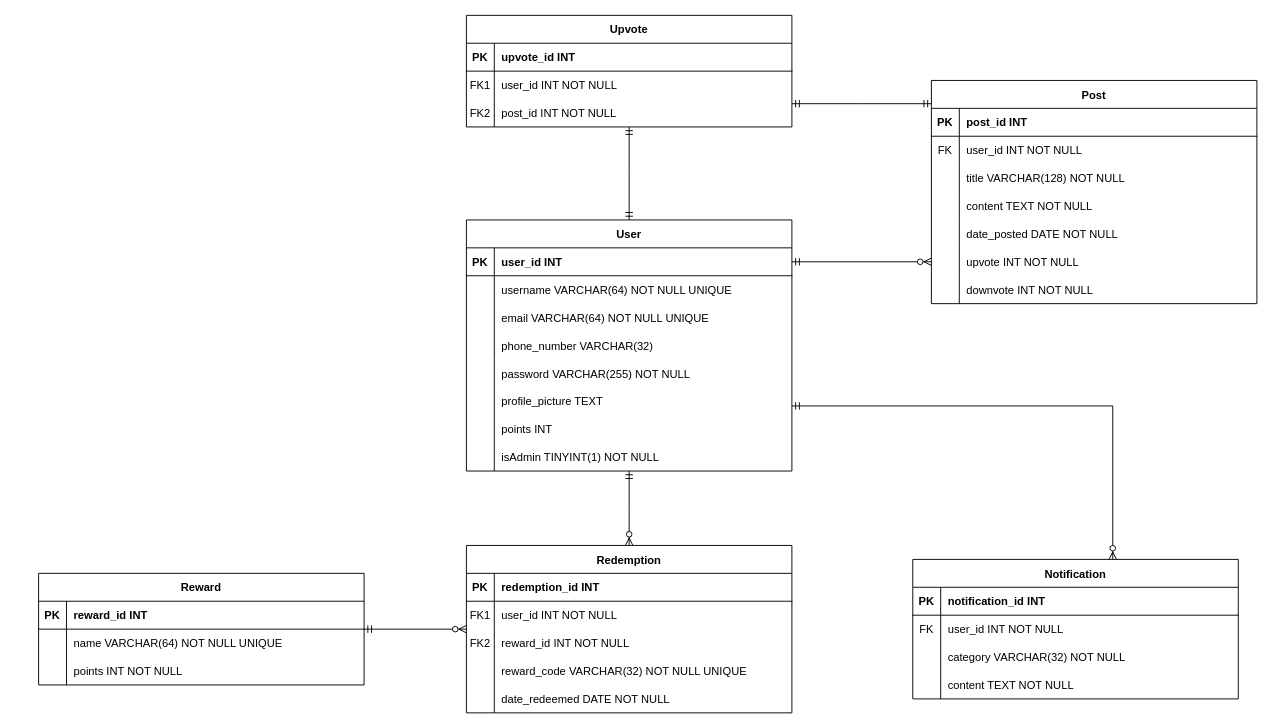
This is erd.drawio from ChiefWoods/sustainable-earth-foundation, a draw.io file, before an edit. Source tidied: cells renumbered, new cells numbered last; positions are measured from the earlier drawing's top-left corner, leaving out a move shared by most shapes. Both pictures are drawn from the tidied source at 93%, with x=0, y=0 at pixel (38, 15).
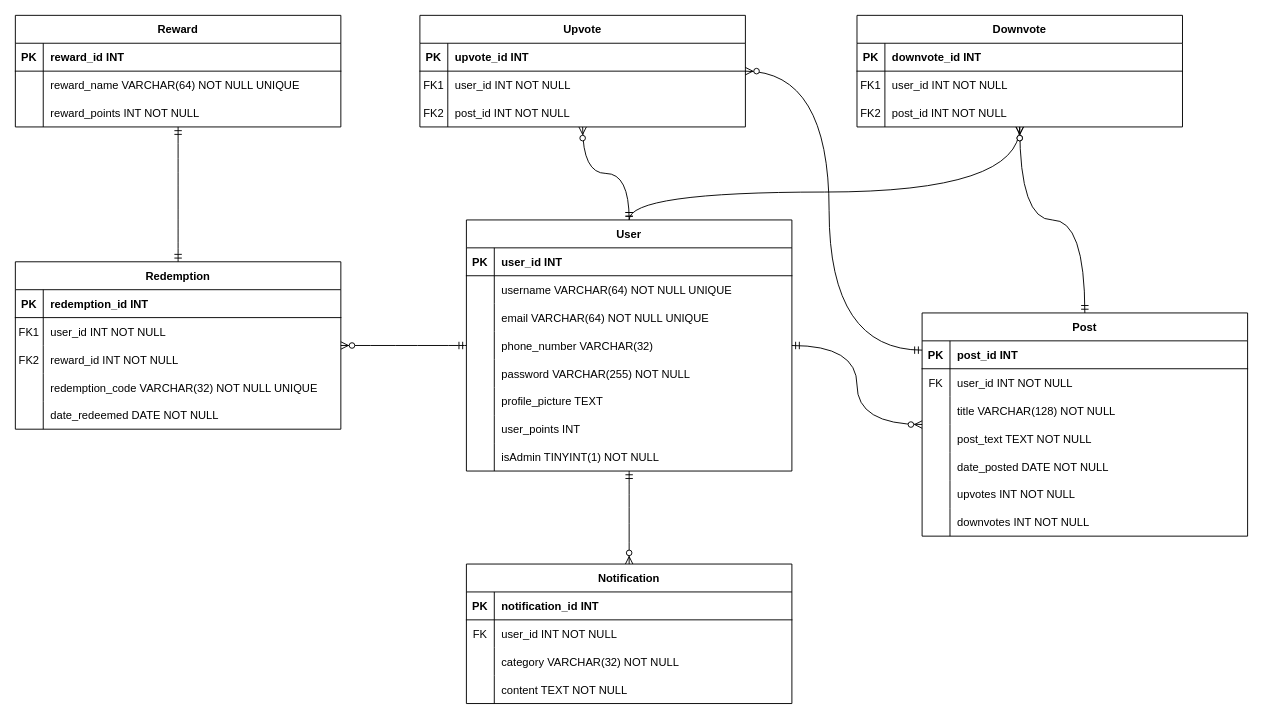
After the change.

The change refers to these unchanged cells:
```xml
<mxCell id="2" value="User" style="shape=table;startSize=30;childLayout=tableLayout;rowLines=0;fontStyle=1;align=center;" parent="1" vertex="1">
  <mxGeometry x="460" y="220" width="350" height="270" as="geometry" />
</mxCell>
<mxCell id="21" style="shape=partialRectangle;fillColor=none;top=0;left=0;right=0;bottom=0;" parent="2" vertex="1">
  <mxGeometry y="210" width="350" height="30" as="geometry" />
</mxCell>
<mxCell id="37" style="shape=partialRectangle;fillColor=none;top=0;left=0;right=0;bottom=0;" parent="27" vertex="1">
  <mxGeometry y="120" width="350" height="30" as="geometry" />
</mxCell>
<mxCell id="43" style="shape=partialRectangle;fillColor=none;top=0;left=0;right=0;bottom=0;" parent="27" vertex="1">
  <mxGeometry y="180" width="350" height="30" as="geometry" />
</mxCell>
<mxCell id="46" style="shape=partialRectangle;fillColor=none;top=0;left=0;right=0;bottom=0;" parent="27" vertex="1">
  <mxGeometry y="210" width="350" height="30" as="geometry" />
</mxCell>
<mxCell id="53" style="shape=partialRectangle;fillColor=none;top=0;left=0;right=0;bottom=0;" parent="49" vertex="1">
  <mxGeometry y="60" width="350" height="30" as="geometry" />
</mxCell>
<mxCell id="56" style="shape=partialRectangle;fillColor=none;top=0;left=0;right=0;bottom=0;" parent="49" vertex="1">
  <mxGeometry y="90" width="350" height="30" as="geometry" />
</mxCell>
<mxCell id="69" style="shape=partialRectangle;fillColor=none;top=0;left=0;right=0;bottom=0;" parent="59" vertex="1">
  <mxGeometry y="120" width="350" height="30" as="geometry" />
</mxCell>
```

The edit, as a diff of the source:
```diff
@@
-    <mxCell id="23" value="points INT" style="shape=partialRectangle;overflow=hidden;fillColor=none;top=0;left=0;bottom=0;right=0;align=left;spacingLeft=6;" parent="21" vertex="1">
+    <mxCell id="23" value="user_points INT" style="shape=partialRectangle;overflow=hidden;fillColor=none;top=0;left=0;bottom=0;right=0;align=left;spacingLeft=6;" parent="21" vertex="1">
       <mxGeometry x="30" width="320" height="30" as="geometry" />
     </mxCell>
@@
     <mxCell id="27" value="Post" style="shape=table;startSize=30;childLayout=tableLayout;rowLines=0;fontStyle=1;align=center;" parent="1" vertex="1">
-      <mxGeometry x="960" y="70" width="350" height="240" as="geometry" />
+      <mxGeometry x="950" y="320" width="350" height="240" as="geometry" />
     </mxCell>
@@
-    <mxCell id="39" value="content TEXT NOT NULL" style="shape=partialRectangle;overflow=hidden;fillColor=none;top=0;left=0;bottom=0;right=0;align=left;spacingLeft=6;" parent="37" vertex="1">
+    <mxCell id="39" value="post_text TEXT NOT NULL" style="shape=partialRectangle;overflow=hidden;fillColor=none;top=0;left=0;bottom=0;right=0;align=left;spacingLeft=6;" parent="37" vertex="1">
       <mxGeometry x="30" width="320" height="30" as="geometry" />
     </mxCell>
@@
-    <mxCell id="45" value="upvote INT NOT NULL" style="shape=partialRectangle;overflow=hidden;fillColor=none;top=0;left=0;bottom=0;right=0;align=left;spacingLeft=6;" parent="43" vertex="1">
+    <mxCell id="45" value="upvotes INT NOT NULL" style="shape=partialRectangle;overflow=hidden;fillColor=none;top=0;left=0;bottom=0;right=0;align=left;spacingLeft=6;" parent="43" vertex="1">
       <mxGeometry x="30" width="320" height="30" as="geometry" />
     </mxCell>
@@
-    <mxCell id="48" value="downvote INT NOT NULL" style="shape=partialRectangle;overflow=hidden;fillColor=none;top=0;left=0;bottom=0;right=0;align=left;spacingLeft=6;" parent="46" vertex="1">
+    <mxCell id="48" value="downvotes INT NOT NULL" style="shape=partialRectangle;overflow=hidden;fillColor=none;top=0;left=0;bottom=0;right=0;align=left;spacingLeft=6;" parent="46" vertex="1">
       <mxGeometry x="30" width="320" height="30" as="geometry" />
     </mxCell>
     <mxCell id="49" value="Reward" style="shape=table;startSize=30;childLayout=tableLayout;rowLines=0;fontStyle=1;align=center;" parent="1" vertex="1">
-      <mxGeometry y="600" width="350" height="120" as="geometry" />
+      <mxGeometry x="-25" width="350" height="120" as="geometry" />
     </mxCell>
@@
-    <mxCell id="55" value="name VARCHAR(64) NOT NULL UNIQUE" style="shape=partialRectangle;overflow=hidden;fillColor=none;top=0;left=0;bottom=0;right=0;align=left;spacingLeft=6;" parent="53" vertex="1">
+    <mxCell id="55" value="reward_name VARCHAR(64) NOT NULL UNIQUE" style="shape=partialRectangle;overflow=hidden;fillColor=none;top=0;left=0;bottom=0;right=0;align=left;spacingLeft=6;" parent="53" vertex="1">
       <mxGeometry x="30" width="320" height="30" as="geometry" />
     </mxCell>
@@
-    <mxCell id="58" value="points INT NOT NULL" style="shape=partialRectangle;overflow=hidden;fillColor=none;top=0;left=0;bottom=0;right=0;align=left;spacingLeft=6;" parent="56" vertex="1">
+    <mxCell id="58" value="reward_points INT NOT NULL" style="shape=partialRectangle;overflow=hidden;fillColor=none;top=0;left=0;bottom=0;right=0;align=left;spacingLeft=6;" parent="56" vertex="1">
       <mxGeometry x="30" width="320" height="30" as="geometry" />
     </mxCell>
     <mxCell id="59" value="Redemption" style="shape=table;startSize=30;childLayout=tableLayout;rowLines=0;fontStyle=1;align=center;" parent="1" vertex="1">
-      <mxGeometry x="460" y="570" width="350" height="180" as="geometry" />
+      <mxGeometry x="-25" y="265" width="350" height="180" as="geometry" />
     </mxCell>
@@
-    <mxCell id="71" value="reward_code VARCHAR(32) NOT NULL UNIQUE" style="shape=partialRectangle;overflow=hidden;fillColor=none;top=0;left=0;bottom=0;right=0;align=left;spacingLeft=6;" parent="69" vertex="1">
+    <mxCell id="71" value="redemption_code VARCHAR(32) NOT NULL UNIQUE" style="shape=partialRectangle;overflow=hidden;fillColor=none;top=0;left=0;bottom=0;right=0;align=left;spacingLeft=6;" parent="69" vertex="1">
       <mxGeometry x="30" width="320" height="30" as="geometry" />
     </mxCell>
@@
     <mxCell id="75" value="Notification" style="shape=table;startSize=30;childLayout=tableLayout;rowLines=0;fontStyle=1;align=center;" parent="1" vertex="1">
-      <mxGeometry x="940" y="585" width="350" height="150" as="geometry" />
+      <mxGeometry x="460" y="590" width="350" height="150" as="geometry" />
     </mxCell>
@@
     <mxCell id="88" value="Upvote" style="shape=table;startSize=30;childLayout=tableLayout;rowLines=0;fontStyle=1;align=center;flipH=1;" parent="1" vertex="1">
-      <mxGeometry x="460" width="350" height="120" as="geometry" />
+      <mxGeometry x="410" width="350" height="120" as="geometry" />
     </mxCell>
@@
-    <mxCell id="98" style="edgeStyle=elbowEdgeStyle;fontSize=12;html=1;endArrow=ERzeroToMany;startArrow=ERmandOne;rounded=0;elbow=vertical;" parent="1" edge="1" source="2" target="27">
+    <mxCell id="98" style="edgeStyle=orthogonalEdgeStyle;fontSize=12;html=1;endArrow=ERzeroToMany;startArrow=ERmandOne;rounded=0;elbow=vertical;curved=1;" parent="1" edge="1" source="2" target="27">
       <mxGeometry relative="1" as="geometry" />
     </mxCell>
-    <mxCell id="99" style="edgeStyle=elbowEdgeStyle;fontSize=12;html=1;endArrow=ERzeroToMany;startArrow=ERmandOne;rounded=0;elbow=vertical;" parent="1" edge="1" source="2" target="75">
-      <mxGeometry relative="1" as="geometry">
-        <Array as="points">
-          <mxPoint x="1155" y="420" />
-        </Array>
-      </mxGeometry>
+    <mxCell id="99" style="edgeStyle=orthogonalEdgeStyle;fontSize=12;html=1;endArrow=ERzeroToMany;startArrow=ERmandOne;rounded=0;elbow=vertical;curved=1;" parent="1" edge="1" source="2" target="75">
+      <mxGeometry relative="1" as="geometry" />
     </mxCell>
-    <mxCell id="100" style="edgeStyle=elbowEdgeStyle;fontSize=12;html=1;endArrow=ERzeroToMany;startArrow=ERmandOne;rounded=0;" parent="1" edge="1" source="2" target="59">
+    <mxCell id="100" style="edgeStyle=orthogonalEdgeStyle;fontSize=12;html=1;endArrow=ERzeroToMany;startArrow=ERmandOne;rounded=0;curved=1;" parent="1" edge="1" source="2" target="59">
       <mxGeometry relative="1" as="geometry" />
     </mxCell>
-    <mxCell id="101" style="edgeStyle=elbowEdgeStyle;fontSize=12;html=1;endArrow=ERzeroToMany;startArrow=ERmandOne;rounded=0;" parent="1" edge="1" source="49" target="59">
-      <mxGeometry relative="1" as="geometry">
-        <Array as="points">
-          <mxPoint x="150" y="670" />
-        </Array>
-      </mxGeometry>
-    </mxCell>
+    <mxCell id="104" value="Downvote" style="shape=table;startSize=30;childLayout=tableLayout;rowLines=0;fontStyle=1;align=center;flipH=1;" parent="1" vertex="1">
+      <mxGeometry x="880" width="350" height="120" as="geometry" />
+    </mxCell>
+    <mxCell id="105" style="shape=partialRectangle;fillColor=none;top=0;left=0;right=0;bottom=1;" parent="104" vertex="1">
+      <mxGeometry y="30" width="350" height="30" as="geometry" />
+    </mxCell>
+    <mxCell id="106" value="PK" style="shape=partialRectangle;overflow=hidden;fillColor=none;top=0;left=0;bottom=0;right=0;fontStyle=1;" parent="105" vertex="1">
+      <mxGeometry width="30" height="30" as="geometry" />
+    </mxCell>
+    <mxCell id="107" value="downvote_id INT" style="shape=partialRectangle;overflow=hidden;fillColor=none;top=0;left=0;bottom=0;right=0;align=left;spacingLeft=6;fontStyle=1;" parent="105" vertex="1">
+      <mxGeometry x="30" width="320" height="30" as="geometry" />
+    </mxCell>
+    <mxCell id="108" style="shape=partialRectangle;fillColor=none;top=0;left=0;right=0;bottom=0;" parent="104" vertex="1">
+      <mxGeometry y="60" width="350" height="30" as="geometry" />
+    </mxCell>
+    <mxCell id="109" value="FK1" style="shape=partialRectangle;overflow=hidden;fillColor=none;top=0;left=0;bottom=0;right=0;" parent="108" vertex="1">
+      <mxGeometry width="30" height="30" as="geometry" />
+    </mxCell>
+    <mxCell id="110" value="user_id INT NOT NULL" style="shape=partialRectangle;overflow=hidden;fillColor=none;top=0;left=0;bottom=0;right=0;align=left;spacingLeft=6;" parent="108" vertex="1">
+      <mxGeometry x="30" width="320" height="30" as="geometry" />
+    </mxCell>
+    <mxCell id="111" style="shape=partialRectangle;fillColor=none;top=0;left=0;right=0;bottom=0;" parent="104" vertex="1">
+      <mxGeometry y="90" width="350" height="30" as="geometry" />
+    </mxCell>
+    <mxCell id="112" value="FK2" style="shape=partialRectangle;overflow=hidden;fillColor=none;top=0;left=0;bottom=0;right=0;" parent="111" vertex="1">
+      <mxGeometry width="30" height="30" as="geometry" />
+    </mxCell>
+    <mxCell id="113" value="post_id INT NOT NULL" style="shape=partialRectangle;overflow=hidden;fillColor=none;top=0;left=0;bottom=0;right=0;align=left;spacingLeft=6;" parent="111" vertex="1">
+      <mxGeometry x="30" width="320" height="30" as="geometry" />
+    </mxCell>
+    <mxCell id="114" style="edgeStyle=orthogonalEdgeStyle;fontSize=12;html=1;endArrow=ERmandOne;startArrow=ERmandOne;rounded=0;curved=1;" parent="1" edge="1" source="59" target="49">
+      <mxGeometry relative="1" as="geometry" />
+    </mxCell>
-    <mxCell id="102" style="edgeStyle=elbowEdgeStyle;fontSize=12;html=1;endArrow=ERmandOne;startArrow=ERmandOne;rounded=0;elbow=vertical;" parent="1" edge="1" source="2" target="88">
+    <mxCell id="102" style="edgeStyle=orthogonalEdgeStyle;fontSize=12;html=1;endArrow=ERzeroToMany;startArrow=ERmandOne;rounded=0;curved=1;" parent="1" edge="1" source="2" target="88">
       <mxGeometry relative="1" as="geometry" />
     </mxCell>
+    <mxCell id="115" style="edgeStyle=orthogonalEdgeStyle;fontSize=12;html=1;endArrow=ERzeroToMany;startArrow=ERmandOne;rounded=0;curved=1;" parent="1" edge="1" source="2" target="104">
+      <mxGeometry relative="1" as="geometry">
+        <Array as="points">
+          <mxPoint x="635" y="190" />
+          <mxPoint x="1055" y="190" />
+        </Array>
+      </mxGeometry>
+    </mxCell>
-    <mxCell id="103" style="edgeStyle=elbowEdgeStyle;fontSize=12;html=1;endArrow=ERmandOne;startArrow=ERmandOne;rounded=0;elbow=vertical;" parent="1" edge="1" source="27" target="88">
-      <mxGeometry relative="1" as="geometry" />
+    <mxCell id="103" style="edgeStyle=orthogonalEdgeStyle;fontSize=12;html=1;endArrow=ERzeroToMany;startArrow=ERmandOne;rounded=0;curved=1;" parent="1" edge="1" source="27" target="88">
+      <mxGeometry relative="1" as="geometry">
+        <Array as="points">
+          <mxPoint x="850" y="360" />
+          <mxPoint x="850" y="60" />
+        </Array>
+      </mxGeometry>
     </mxCell>
+    <mxCell id="116" style="edgeStyle=orthogonalEdgeStyle;fontSize=12;html=1;endArrow=ERzeroToMany;startArrow=ERmandOne;rounded=0;curved=1;" parent="1" edge="1" source="27" target="104">
+      <mxGeometry relative="1" as="geometry" />
+    </mxCell>
```
